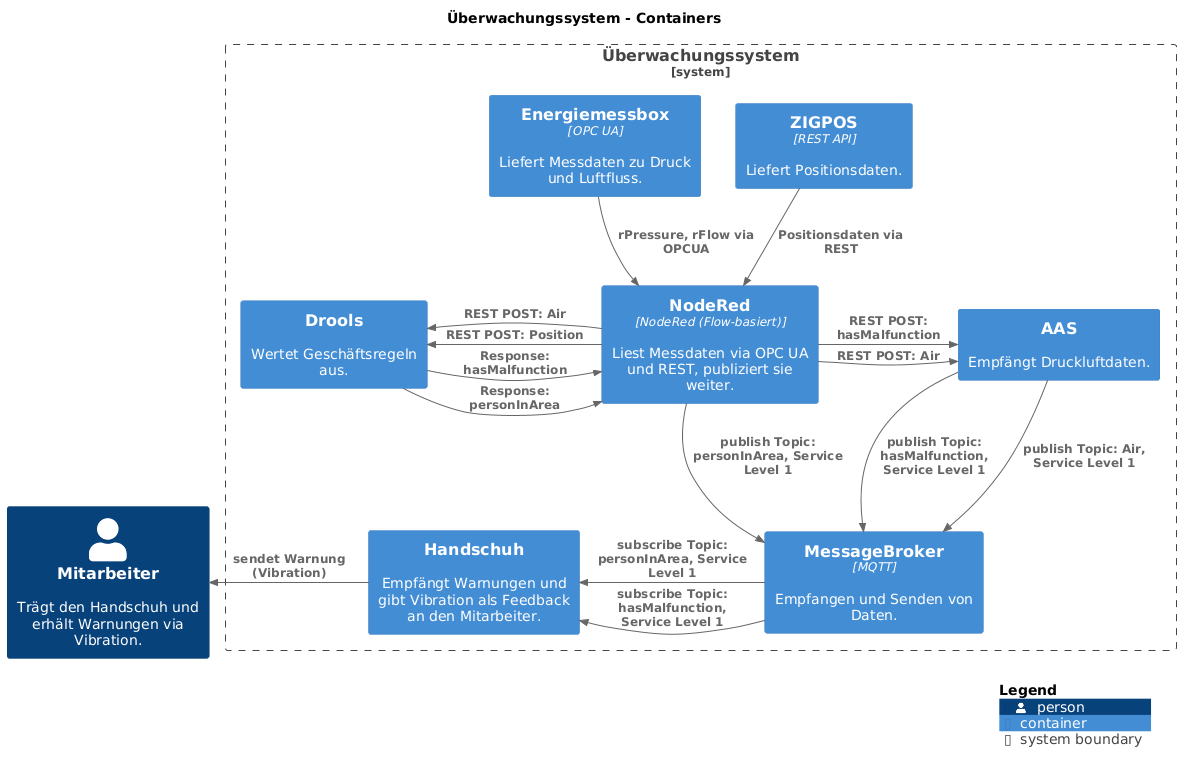
Earlier version of the PlantUML export datenfluss.png (a-schulz/bpa-energiemessbox).
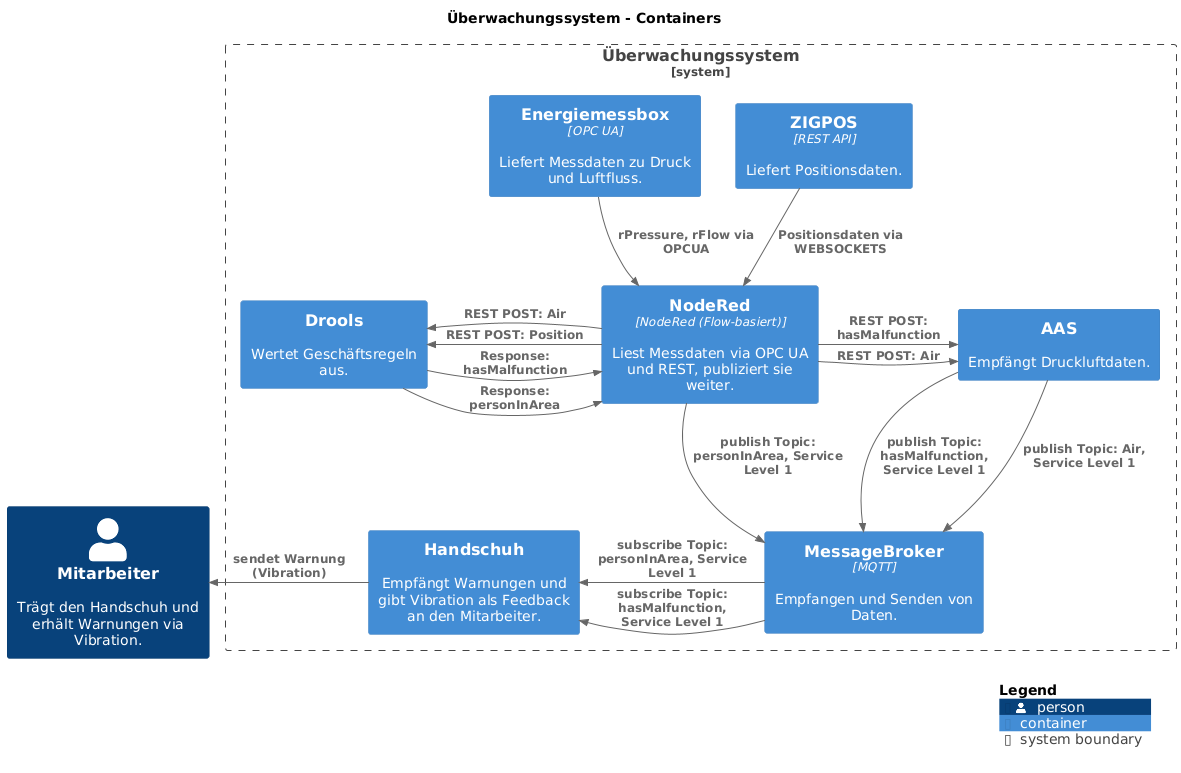
After the change.

What changed in the source:
```diff
@@ -20,7 +20,7 @@
 }
 
 Rel(Überwachungssystem.Energiemessbox, Überwachungssystem.NodeRed, "rPressure, rFlow via OPCUA", $techn="", $tags="", $link="")
-Rel(Überwachungssystem.ZIGPOS, Überwachungssystem.NodeRed, "Positionsdaten via REST", $techn="", $tags="", $link="")
+Rel(Überwachungssystem.ZIGPOS, Überwachungssystem.NodeRed, "Positionsdaten via WEBSOCKETS", $techn="", $tags="", $link="")
 
 Rel_L(Überwachungssystem.NodeRed, Überwachungssystem.Drools, "REST POST: Air", $techn="", $tags="", $link="")
 Rel_R(Überwachungssystem.Drools, Überwachungssystem.NodeRed, "Response: hasMalfunction", $techn="", $tags="", $link="")
```
